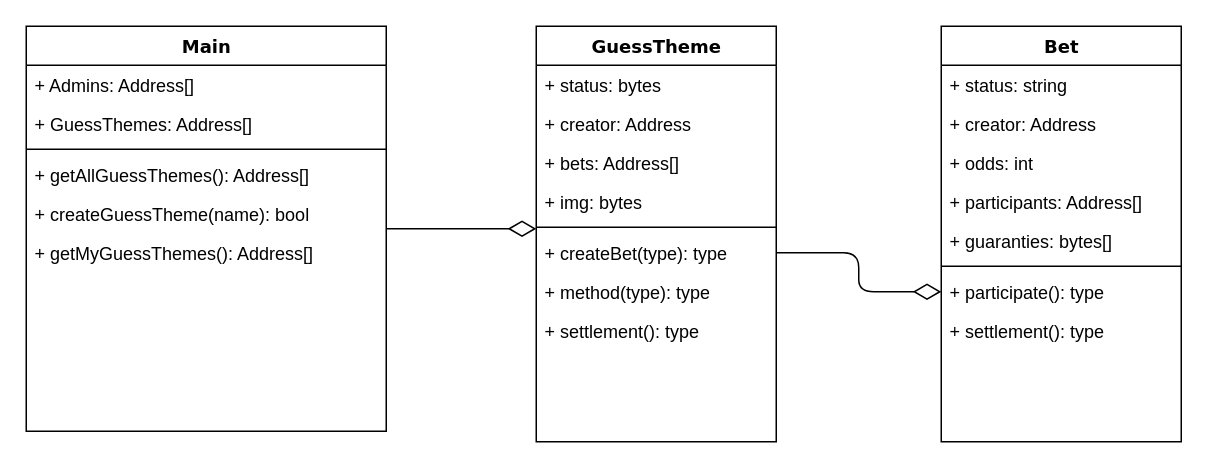
Earlier version of the draw.io diagram Contracts.drawio (HAHAHA44/FTGP-7). Source tidied: cells renumbered, new cells numbered last; positions are measured from the earlier drawing's top-left corner, leaving out a move shared by most shapes. Both pictures are drawn from the tidied source at 150%, with x=0, y=0 at pixel (26, 26).
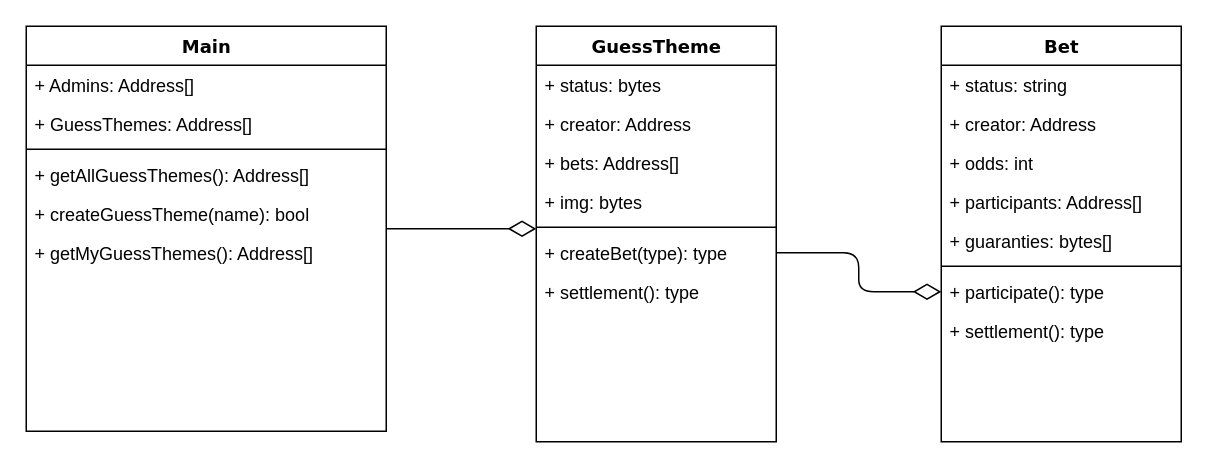
Above is the later version.

Unchanged cells that the change refers to:
```xml
<mxCell id="9" value="GuessTheme" style="swimlane;html=1;fontStyle=1;align=center;verticalAlign=top;horizontal=1;startSize=26;swimlaneFillColor=#ffffff;rounded=0;shadow=0;comic=0;labelBackgroundColor=none;strokeWidth=1;fillColor=none;fontFamily=Verdana;fontSize=12;" parent="1" vertex="1">
  <mxGeometry x="340" width="160" height="277" as="geometry" />
</mxCell>
```

What changed in the source:
```diff
@@
-    <mxCell id="16" value="+ method(type): type" style="text;html=1;strokeColor=none;fillColor=none;align=left;verticalAlign=top;spacingLeft=4;spacingRight=4;whiteSpace=wrap;overflow=hidden;" parent="9" vertex="1">
-      <mxGeometry y="164" width="160" height="26" as="geometry" />
-    </mxCell>
     <mxCell id="17" value="+ settlement(): type" style="text;html=1;strokeColor=none;fillColor=none;align=left;verticalAlign=top;spacingLeft=4;spacingRight=4;whiteSpace=wrap;overflow=hidden;" parent="9" vertex="1">
-      <mxGeometry y="190" width="160" height="26" as="geometry" />
+      <mxGeometry y="164" width="160" height="26" as="geometry" />
     </mxCell>
```
